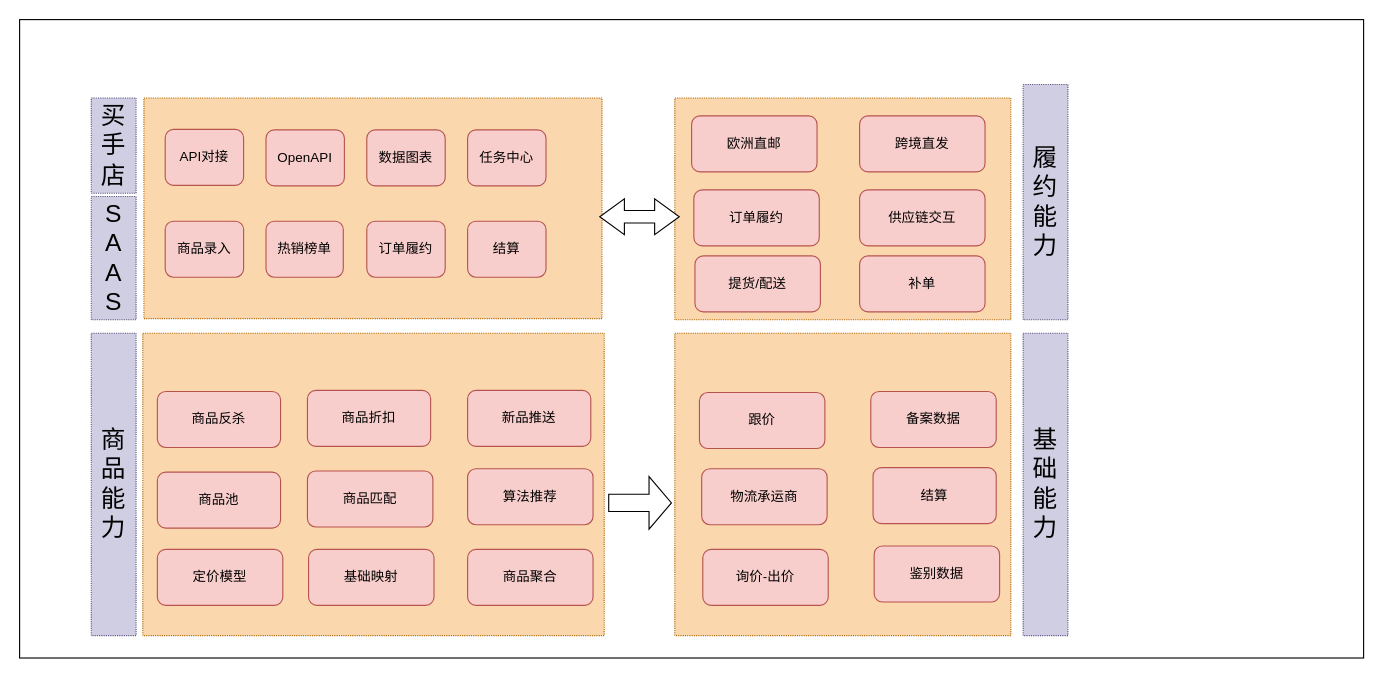
This is 未命名绘图.drawio from herrykings/iBooks, a draw.io file, before an edit. Source tidied: cells renumbered, new cells numbered last; positions are measured from the earlier drawing's top-left corner, leaving out a move shared by most shapes. Both pictures are drawn from the tidied source at 112%, with x=0, y=0 at pixel (19, 19).
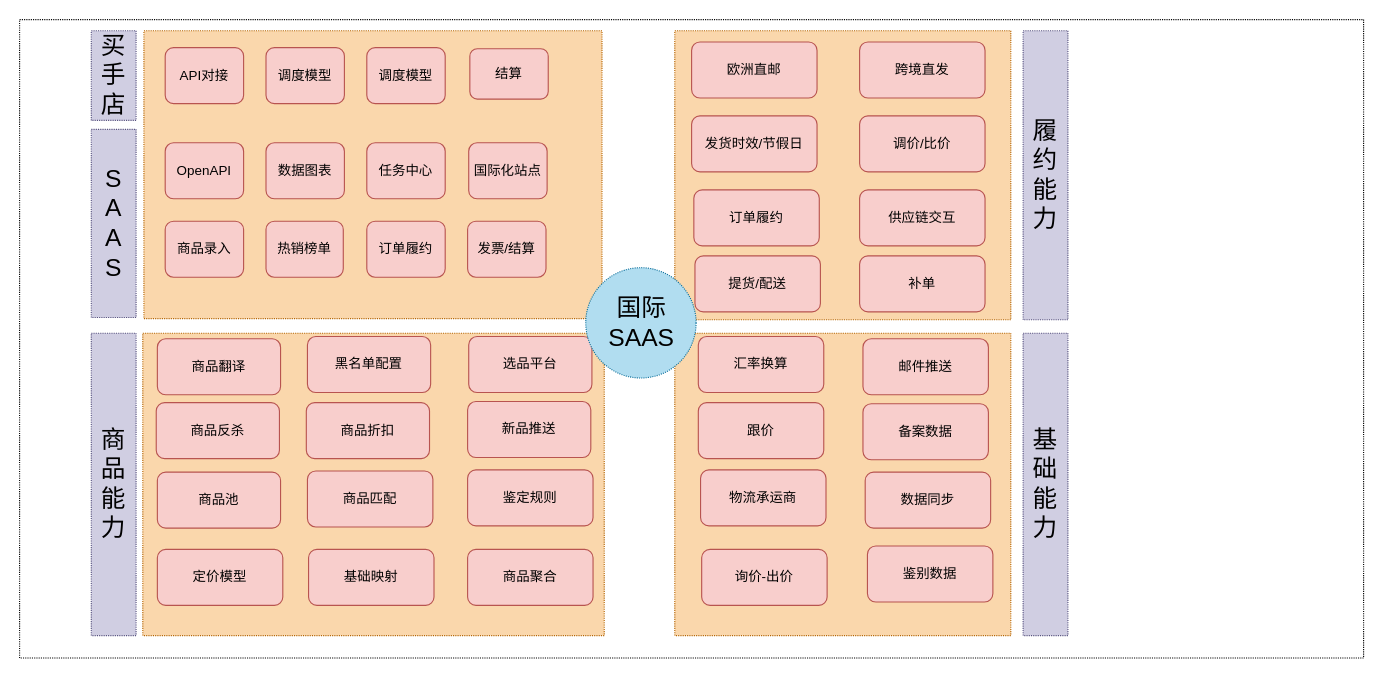
Above is the later version.

Commit message:
更新未命名绘图.drawio

What changed in the source:
```diff
@@
-    <mxCell id="2" style="rounded=0;whiteSpace=wrap;html=1;" parent="1" vertex="1">
+    <mxCell id="2" style="rounded=0;whiteSpace=wrap;html=1;dashed=1;dashPattern=1 1;" parent="1" vertex="1">
       <mxGeometry width="1200" height="570" as="geometry" />
     </mxCell>
+    <mxCell id="24" style="rounded=0;whiteSpace=wrap;html=1;fillColor=#fad7ac;strokeColor=#b46504;dashed=1;dashPattern=1 1;" parent="1" vertex="1">
+      <mxGeometry x="111" y="10" width="409" height="257" as="geometry" />
+    </mxCell>
@@
     <mxCell id="5" value="物流承运商" style="rounded=1;whiteSpace=wrap;html=1;fillColor=#f8cecc;strokeColor=#b85450;" parent="1" vertex="1">
-      <mxGeometry x="609" y="401" width="112" height="50" as="geometry" />
+      <mxGeometry x="608" y="402" width="112" height="50" as="geometry" />
     </mxCell>
     <mxCell id="6" value="结算" style="rounded=1;whiteSpace=wrap;html=1;fillColor=#f8cecc;strokeColor=#b85450;" parent="1" vertex="1">
-      <mxGeometry x="762" y="400" width="110" height="50" as="geometry" />
+      <mxGeometry x="402" y="26" width="70" height="45" as="geometry" />
     </mxCell>
@@
     <mxCell id="8" value="新品推送" style="rounded=1;whiteSpace=wrap;html=1;fillColor=#f8cecc;strokeColor=#b85450;" parent="1" vertex="1">
-      <mxGeometry x="400" y="331" width="110" height="50" as="geometry" />
+      <mxGeometry x="400" y="341" width="110" height="50" as="geometry" />
     </mxCell>
     <mxCell id="9" value="询价-出价" style="rounded=1;whiteSpace=wrap;html=1;fillColor=#f8cecc;strokeColor=#b85450;" parent="1" vertex="1">
-      <mxGeometry x="610" y="473" width="112" height="50" as="geometry" />
+      <mxGeometry x="609" y="473" width="112" height="50" as="geometry" />
     </mxCell>
     <mxCell id="10" value="鉴别数据" style="rounded=1;whiteSpace=wrap;html=1;fillColor=#f8cecc;strokeColor=#b85450;" parent="1" vertex="1">
-      <mxGeometry x="763" y="470" width="112" height="50" as="geometry" />
+      <mxGeometry x="757" y="470" width="112" height="50" as="geometry" />
     </mxCell>
     <mxCell id="11" value="备案数据" style="rounded=1;whiteSpace=wrap;html=1;fillColor=#f8cecc;strokeColor=#b85450;" parent="1" vertex="1">
-      <mxGeometry x="760" y="332" width="112" height="50" as="geometry" />
+      <mxGeometry x="753" y="343" width="112" height="50" as="geometry" />
     </mxCell>
     <mxCell id="12" value="跟价" style="rounded=1;whiteSpace=wrap;html=1;fillColor=#f8cecc;strokeColor=#b85450;" parent="1" vertex="1">
-      <mxGeometry x="607" y="333" width="112" height="50" as="geometry" />
+      <mxGeometry x="606" y="342" width="112" height="50" as="geometry" />
     </mxCell>
@@
-    <mxCell id="16" value="算法推荐" style="rounded=1;whiteSpace=wrap;html=1;fillColor=#f8cecc;strokeColor=#b85450;" parent="1" vertex="1">
-      <mxGeometry x="400" y="401" width="112" height="50" as="geometry" />
+    <mxCell id="16" value="鉴定规则" style="rounded=1;whiteSpace=wrap;html=1;fillColor=#f8cecc;strokeColor=#b85450;" parent="1" vertex="1">
+      <mxGeometry x="400" y="402" width="112" height="50" as="geometry" />
     </mxCell>
@@
     <mxCell id="18" value="商品折扣" style="rounded=1;whiteSpace=wrap;html=1;fillColor=#f8cecc;strokeColor=#b85450;" parent="1" vertex="1">
-      <mxGeometry x="257" y="331" width="110" height="50" as="geometry" />
+      <mxGeometry x="256" y="342" width="110" height="50" as="geometry" />
     </mxCell>
     <mxCell id="19" value="商品反杀" style="rounded=1;whiteSpace=wrap;html=1;fillColor=#f8cecc;strokeColor=#b85450;" parent="1" vertex="1">
-      <mxGeometry x="123" y="332" width="110" height="50" as="geometry" />
+      <mxGeometry x="122" y="342" width="110" height="50" as="geometry" />
     </mxCell>
     <mxCell id="20" style="rounded=0;whiteSpace=wrap;html=1;fillColor=#fad7ac;strokeColor=#b46504;dashed=1;dashPattern=1 1;" parent="1" vertex="1">
-      <mxGeometry x="585" y="70" width="300" height="198" as="geometry" />
+      <mxGeometry x="585" y="10" width="300" height="258" as="geometry" />
     </mxCell>
@@
-    <mxCell id="23" style="html=1;shadow=0;dashed=0;align=center;verticalAlign=middle;shape=mxgraph.arrows2.arrow;dy=0.67;dx=20;notch=0;dashPattern=1 1;fontSize=22;" parent="1" vertex="1">
-      <mxGeometry x="526" y="408" width="56" height="47" as="geometry" />
-    </mxCell>
-    <mxCell id="24" style="rounded=0;whiteSpace=wrap;html=1;fillColor=#fad7ac;strokeColor=#b46504;dashed=1;dashPattern=1 1;" parent="1" vertex="1">
-      <mxGeometry x="111" y="70" width="409" height="197" as="geometry" />
-    </mxCell>
     <mxCell id="25" value="买手店&lt;br&gt;" style="text;html=1;strokeColor=#56517e;fillColor=#d0cee2;align=center;verticalAlign=middle;whiteSpace=wrap;rounded=0;dashed=1;dashPattern=1 1;fontSize=22;" parent="1" vertex="1">
-      <mxGeometry x="64" y="70" width="40" height="85" as="geometry" />
+      <mxGeometry x="64" y="10" width="40" height="80" as="geometry" />
     </mxCell>
     <mxCell id="26" value="API对接" style="rounded=1;whiteSpace=wrap;html=1;fillColor=#f8cecc;strokeColor=#b85450;" parent="1" vertex="1">
-      <mxGeometry x="130" y="98" width="70" height="50" as="geometry" />
+      <mxGeometry x="130" y="25" width="70" height="50" as="geometry" />
     </mxCell>
     <mxCell id="27" value="履约能力" style="text;html=1;strokeColor=#56517e;fillColor=#d0cee2;align=center;verticalAlign=middle;whiteSpace=wrap;rounded=0;dashed=1;dashPattern=1 1;fontSize=22;" parent="1" vertex="1">
-      <mxGeometry x="896" y="58" width="40" height="210" as="geometry" />
+      <mxGeometry x="896" y="10" width="40" height="258" as="geometry" />
     </mxCell>
-    <mxCell id="28" value="欧洲直邮" style="rounded=1;whiteSpace=wrap;html=1;fillColor=#f8cecc;strokeColor=#b85450;" parent="1" vertex="1">
+    <mxCell id="28" value="发货时效/节假日" style="rounded=1;whiteSpace=wrap;html=1;fillColor=#f8cecc;strokeColor=#b85450;" parent="1" vertex="1">
       <mxGeometry x="600" y="86" width="112" height="50" as="geometry" />
     </mxCell>
     <mxCell id="29" value="跨境直发" style="rounded=1;whiteSpace=wrap;html=1;fillColor=#f8cecc;strokeColor=#b85450;" parent="1" vertex="1">
-      <mxGeometry x="750" y="86" width="112" height="50" as="geometry" />
+      <mxGeometry x="750" y="20" width="112" height="50" as="geometry" />
     </mxCell>
@@
     <mxCell id="33" value="S&lt;br&gt;A&lt;br&gt;A&lt;br&gt;S" style="text;html=1;strokeColor=#56517e;fillColor=#d0cee2;align=center;verticalAlign=middle;whiteSpace=wrap;rounded=0;dashed=1;dashPattern=1 1;fontSize=22;" parent="1" vertex="1">
-      <mxGeometry x="64" y="158" width="40" height="110" as="geometry" />
+      <mxGeometry x="64" y="98" width="40" height="168" as="geometry" />
     </mxCell>
@@
     <mxCell id="37" value="OpenAPI" style="rounded=1;whiteSpace=wrap;html=1;fillColor=#f8cecc;strokeColor=#b85450;" parent="1" vertex="1">
-      <mxGeometry x="220" y="98.5" width="70" height="50" as="geometry" />
+      <mxGeometry x="130" y="110" width="70" height="50" as="geometry" />
     </mxCell>
@@
-    <mxCell id="39" value="结算" style="rounded=1;whiteSpace=wrap;html=1;fillColor=#f8cecc;strokeColor=#b85450;" parent="1" vertex="1">
+    <mxCell id="39" value="发票/结算" style="rounded=1;whiteSpace=wrap;html=1;fillColor=#f8cecc;strokeColor=#b85450;" parent="1" vertex="1">
       <mxGeometry x="400" y="180" width="70" height="50" as="geometry" />
     </mxCell>
     <mxCell id="40" value="数据图表" style="rounded=1;whiteSpace=wrap;html=1;fillColor=#f8cecc;strokeColor=#b85450;" parent="1" vertex="1">
-      <mxGeometry x="310" y="98.5" width="70" height="50" as="geometry" />
+      <mxGeometry x="220" y="110" width="70" height="50" as="geometry" />
     </mxCell>
     <mxCell id="41" value="任务中心" style="rounded=1;whiteSpace=wrap;html=1;fillColor=#f8cecc;strokeColor=#b85450;" parent="1" vertex="1">
-      <mxGeometry x="400" y="98.5" width="70" height="50" as="geometry" />
+      <mxGeometry x="310" y="110" width="70" height="50" as="geometry" />
     </mxCell>
-    <mxCell id="42" style="html=1;shadow=0;dashed=0;align=center;verticalAlign=middle;shape=mxgraph.arrows2.twoWayArrow;dy=0.65;dx=22;dashPattern=1 1;fontSize=22;fillColor=#FFFFFF;" parent="1" vertex="1">
-      <mxGeometry x="518" y="160" width="71" height="32" as="geometry" />
-    </mxCell>
+    <mxCell id="43" value="欧洲直邮" style="rounded=1;whiteSpace=wrap;html=1;fillColor=#f8cecc;strokeColor=#b85450;" parent="1" vertex="1">
+      <mxGeometry x="600" y="20" width="112" height="50" as="geometry" />
+    </mxCell>
+    <mxCell id="44" value="调价/比价" style="rounded=1;whiteSpace=wrap;html=1;fillColor=#f8cecc;strokeColor=#b85450;" parent="1" vertex="1">
+      <mxGeometry x="750" y="86" width="112" height="50" as="geometry" />
+    </mxCell>
+    <mxCell id="45" value="调度模型" style="rounded=1;whiteSpace=wrap;html=1;fillColor=#f8cecc;strokeColor=#b85450;" parent="1" vertex="1">
+      <mxGeometry x="220" y="25" width="70" height="50" as="geometry" />
+    </mxCell>
+    <mxCell id="46" value="调度模型" style="rounded=1;whiteSpace=wrap;html=1;fillColor=#f8cecc;strokeColor=#b85450;" parent="1" vertex="1">
+      <mxGeometry x="310" y="25" width="70" height="50" as="geometry" />
+    </mxCell>
+    <mxCell id="47" value="数据同步" style="rounded=1;whiteSpace=wrap;html=1;fillColor=#f8cecc;strokeColor=#b85450;" parent="1" vertex="1">
+      <mxGeometry x="755" y="404" width="112" height="50" as="geometry" />
+    </mxCell>
+    <mxCell id="48" value="汇率换算" style="rounded=1;whiteSpace=wrap;html=1;fillColor=#f8cecc;strokeColor=#b85450;" parent="1" vertex="1">
+      <mxGeometry x="606" y="283" width="112" height="50" as="geometry" />
+    </mxCell>
+    <mxCell id="49" value="邮件推送" style="rounded=1;whiteSpace=wrap;html=1;fillColor=#f8cecc;strokeColor=#b85450;" parent="1" vertex="1">
+      <mxGeometry x="753" y="285" width="112" height="50" as="geometry" />
+    </mxCell>
+    <mxCell id="50" value="商品翻译" style="rounded=1;whiteSpace=wrap;html=1;fillColor=#f8cecc;strokeColor=#b85450;" parent="1" vertex="1">
+      <mxGeometry x="123" y="285" width="110" height="50" as="geometry" />
+    </mxCell>
+    <mxCell id="51" value="国际化站点" style="rounded=1;whiteSpace=wrap;html=1;fillColor=#f8cecc;strokeColor=#b85450;" parent="1" vertex="1">
+      <mxGeometry x="401" y="110" width="70" height="50" as="geometry" />
+    </mxCell>
+    <mxCell id="52" value="黑名单配置" style="rounded=1;whiteSpace=wrap;html=1;fillColor=#f8cecc;strokeColor=#b85450;" parent="1" vertex="1">
+      <mxGeometry x="257" y="283" width="110" height="50" as="geometry" />
+    </mxCell>
+    <mxCell id="53" value="选品平台" style="rounded=1;whiteSpace=wrap;html=1;fillColor=#f8cecc;strokeColor=#b85450;" parent="1" vertex="1">
+      <mxGeometry x="401" y="283" width="110" height="50" as="geometry" />
+    </mxCell>
+    <mxCell id="54" value="国际SAAS" style="ellipse;whiteSpace=wrap;html=1;dashed=1;dashPattern=1 1;fontSize=22;fillColor=#b1ddf0;strokeColor=#10739e;" parent="1" vertex="1">
+      <mxGeometry x="505.5" y="221.5" width="98.5" height="98.5" as="geometry" />
+    </mxCell>
```
